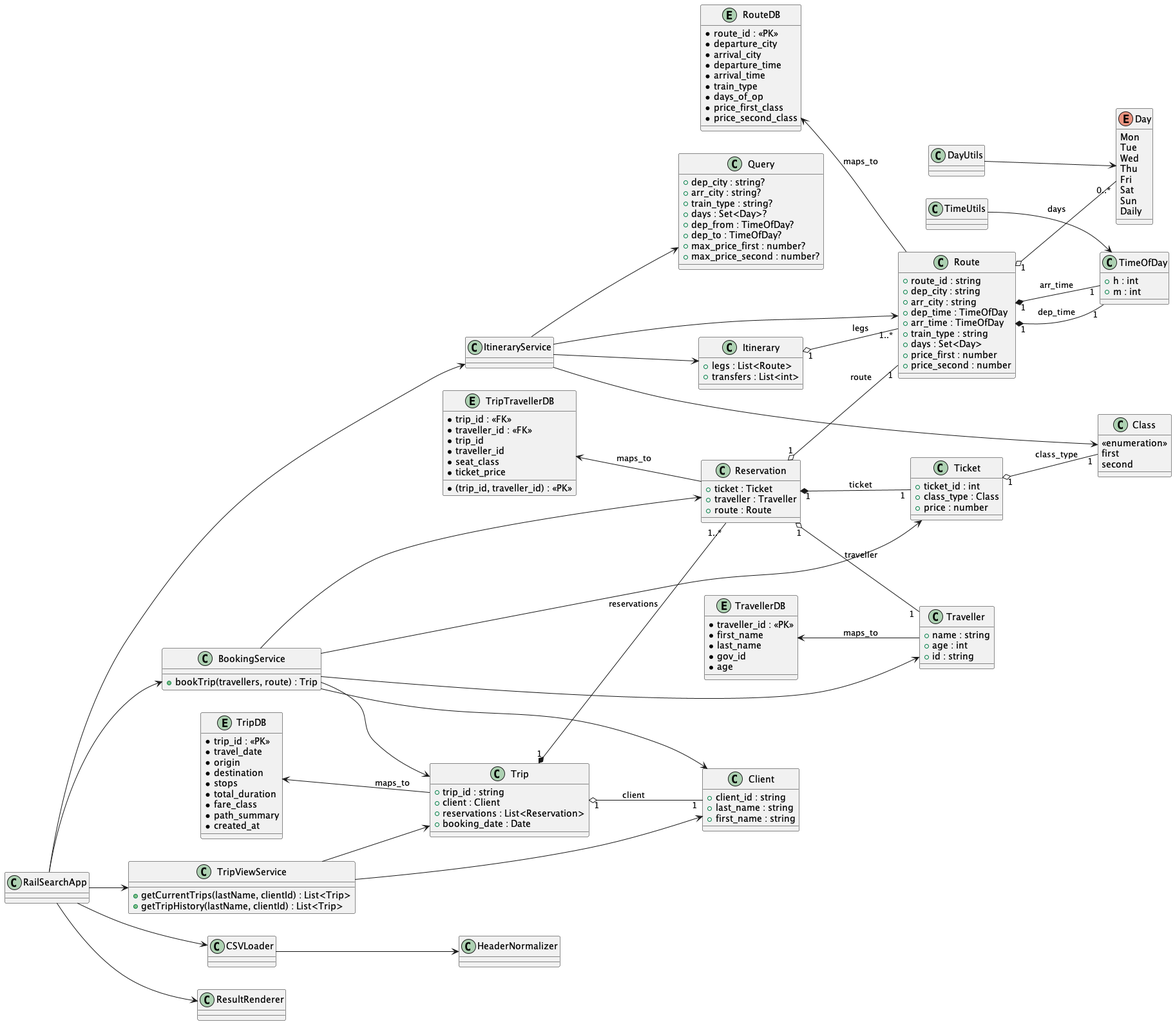
Before: docs/Artifacts/DomainModel.png, a diagram exported from PlantUML (nicolas-zampieri/SOEN342).
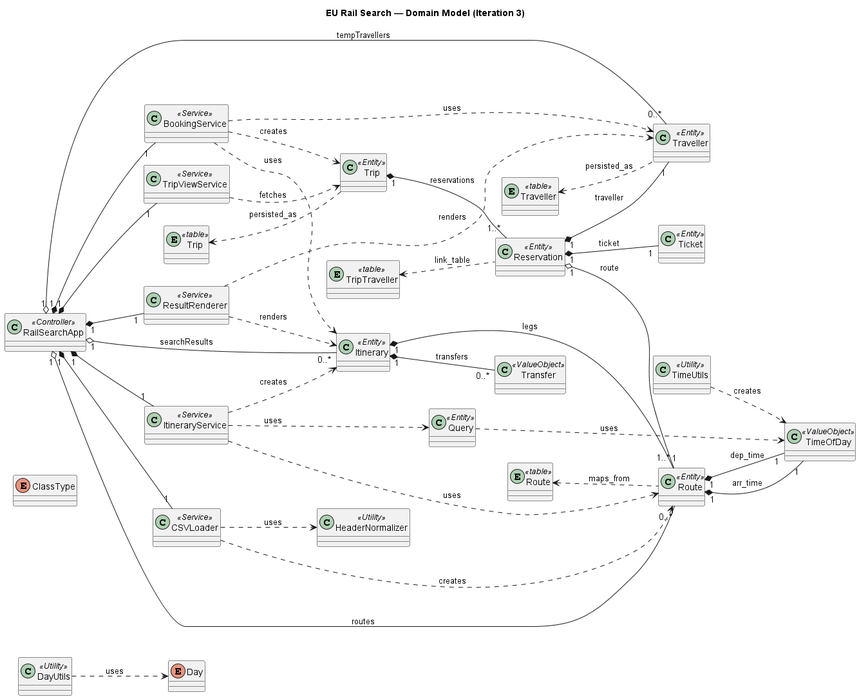
After the commit.

Change to the diagram source:
```diff
@@ -1,182 +1,123 @@
 @startuml DomainModel
+title EU Rail Search — Domain Model (Iteration 3)
 left to right direction
 
 enum Day {
-  Mon
-  Tue
-  Wed
-  Thu
-  Fri
-  Sat
-  Sun
-  Daily
 }
 
-class Class {
-  <<enumeration>>
-  first
-  second
+enum ClassType {
 }
 
-entity "RouteDB" as RouteDB {
-  *route_id : <<PK>>
-  *departure_city
-  *arrival_city
-  *departure_time
-  *arrival_time
-  *train_type
-  *days_of_op
-  *price_first_class
-  *price_second_class
+class TimeOfDay <<ValueObject>> {
 }
 
-entity "TravellerDB" as ClientDB {
-  *traveller_id : <<PK>>
-  *first_name
-  *last_name
-  *gov_id
-  *age
+class Transfer <<ValueObject>> {
 }
 
-entity "TripDB" as TripDB {
-  *trip_id : <<PK>>
-  *travel_date
-  *origin
-  *destination
-  *stops
-  *total_duration
-  *fare_class
-  *path_summary
-  *created_at
+entity "Route" as RouteDB <<table>> {
 }
 
-entity "TripTravellerDB" as TravelDB {
-  *(trip_id, traveller_id) : <<PK>>
-  *trip_id : <<FK>>
-  *traveller_id : <<FK>>
-  *trip_id
-  *traveller_id
-  *seat_class
-  *ticket_price
+entity "Traveller" as TravellerDB <<table>> {
 }
 
-class TimeOfDay {
-  +h : int
-  +m : int
+entity "Trip" as TripDB <<table>> {
 }
 
-class Route {
-  +route_id : string
-  +dep_city : string
-  +arr_city : string
-  +dep_time : TimeOfDay
-  +arr_time : TimeOfDay
-  +train_type : string
-  +days : Set<Day>
-  +price_first : number
-  +price_second : number
+entity "TripTraveller" as TripTravellerDB <<table>> {
 }
 
-class Itinerary {
-  +legs : List<Route>
-  +transfers : List<int>
+class Route <<Entity>> {
 }
 
-class Query {
-  +dep_city : string?
-  +arr_city : string?
-  +train_type : string?
-  +days : Set<Day>?
-  +dep_from : TimeOfDay?
-  +dep_to : TimeOfDay?
-  +max_price_first : number?
-  +max_price_second : number?
+class Itinerary <<Entity>> {
 }
 
-class Client {
-  +client_id : string
-  +last_name : string
-  +first_name : string
+class Query <<Entity>> {
 }
 
-class Traveller {
-  +name : string
-  +age : int
-  +id : string
+class Traveller <<Entity>> {
 }
 
-class Trip {
-  +trip_id : string
-  +client : Client
-  +reservations : List<Reservation>
-  +booking_date : Date
+class Ticket <<Entity>> {
 }
 
-class Reservation {
-  +ticket : Ticket
-  +traveller : Traveller
-  +route : Route
+class Reservation <<Entity>> {
 }
 
-class Ticket {
-  +ticket_id : int
-  +class_type : Class
-  +price : number
+class Trip <<Entity>> {
 }
 
-class BookingService {
-  +bookTrip(travellers, route) : Trip
+class ItineraryService <<Service>> {
 }
 
-class TripViewService {
-  +getCurrentTrips(lastName, clientId) : List<Trip>
-  +getTripHistory(lastName, clientId) : List<Trip>
+class BookingService <<Service>> {
 }
 
-class ItineraryService
-class DayUtils
-class TimeUtils
-class CSVLoader
-class HeaderNormalizer
-class ResultRenderer
-class RailSearchApp
+class TripViewService <<Service>> {
+}
 
-Itinerary "1" o-- "1..*" Route : legs
+class CSVLoader <<Service>> {
+}
+
+class ResultRenderer <<Service>> {
+}
+
+class TimeUtils <<Utility>> {
+}
+
+class DayUtils <<Utility>> {
+}
+
+class HeaderNormalizer <<Utility>> {
+}
+
+class RailSearchApp <<Controller>> {
+}
+
 Route "1" *-- "1" TimeOfDay : dep_time
 Route "1" *-- "1" TimeOfDay : arr_time
-Route "1" o-- "0..*" Day : days
 
+Itinerary "1" *-- "1..*" Route : legs
+Itinerary "1" *-- "0..*" Transfer : transfers
 
 Trip "1" *-- "1..*" Reservation : reservations
-Trip "1" o-- "1" Client : client
+Reservation "1" *-- "1" Traveller : traveller
 Reservation "1" *-- "1" Ticket : ticket
-Reservation "1" o-- "1" Traveller : traveller
 Reservation "1" o-- "1" Route : route
-Ticket "1" o-- "1" Class : class_type
 
-CSVLoader --> HeaderNormalizer
-RailSearchApp --> CSVLoader
-RailSearchApp --> ResultRenderer
-RailSearchApp --> ItineraryService
-RailSearchApp --> BookingService
-RailSearchApp --> TripViewService
-ItineraryService --> Route
-ItineraryService --> Itinerary
-ItineraryService --> Query
-ItineraryService --> Class
-BookingService --> Trip
-BookingService --> Reservation
-BookingService --> Ticket
-BookingService --> Client
-BookingService --> Traveller
-TripViewService --> Trip
-TripViewService --> Client
-DayUtils --> Day
-TimeUtils --> TimeOfDay
+Query ..> TimeOfDay : uses
 
-RouteDB <-- Route : maps_to
-ClientDB <-- Traveller : maps_to
-TripDB <-- Trip : maps_to
-TravelDB <-- Reservation : maps_to
+RailSearchApp "1" *-- "1" ItineraryService
+RailSearchApp "1" *-- "1" BookingService
+RailSearchApp "1" *-- "1" TripViewService
+RailSearchApp "1" *-- "1" CSVLoader
+RailSearchApp "1" *-- "1" ResultRenderer
+RailSearchApp "1" o-- "0..*" Route : routes
+RailSearchApp "1" o-- "0..*" Itinerary : searchResults
+RailSearchApp "1" o-- "0..*" Traveller : tempTravellers
+
+ItineraryService ..> Route : uses
+ItineraryService ..> Itinerary : creates
+ItineraryService ..> Query : uses
+
+BookingService ..> Itinerary : uses
+BookingService ..> Traveller : uses
+BookingService ..> Trip : creates
+
+TripViewService ..> Trip : fetches
+
+CSVLoader ..> Route : creates
+CSVLoader ..> HeaderNormalizer : uses
+
+ResultRenderer ..> Itinerary : renders
+ResultRenderer ..> Traveller : renders
+
+RouteDB <.. Route : maps_from
+TravellerDB <.. Traveller : persisted_as
+TripDB <.. Trip : persisted_as
+TripTravellerDB <.. Reservation : link_table
+
+TimeUtils ..> TimeOfDay : creates
+DayUtils ..> Day : uses
 
 @enduml
```
